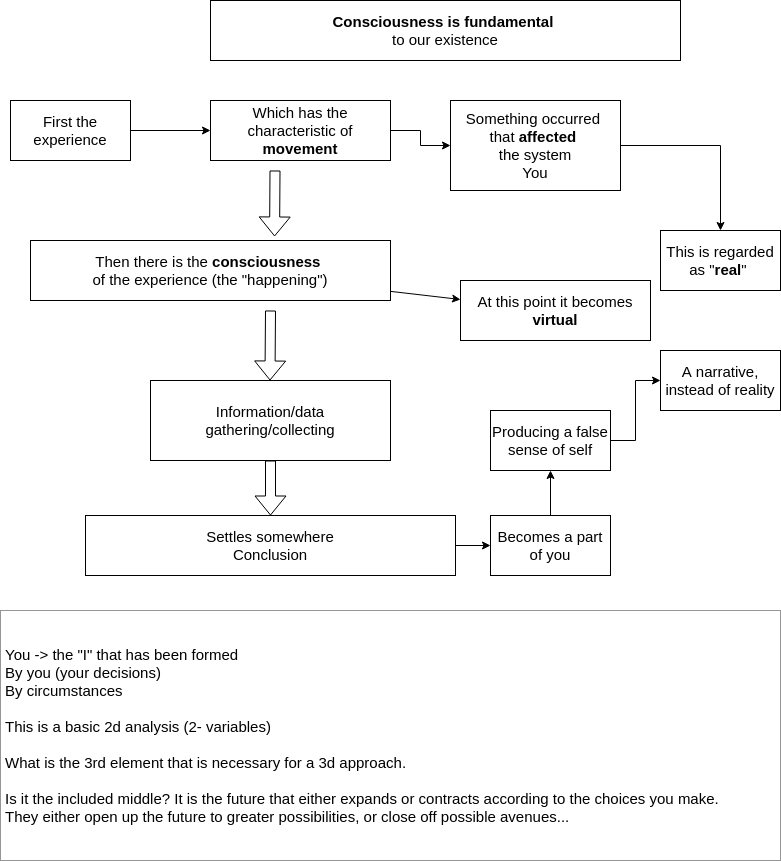
jewelsofthought/neshama keeps this draw.io diagram as site/posts/img/qkab/consciousness.png. Above is the earlier version. Source tidied: cells renumbered, new cells last; positions are measured from the earlier drawing's top-left corner, leaving out a move shared by most shapes.
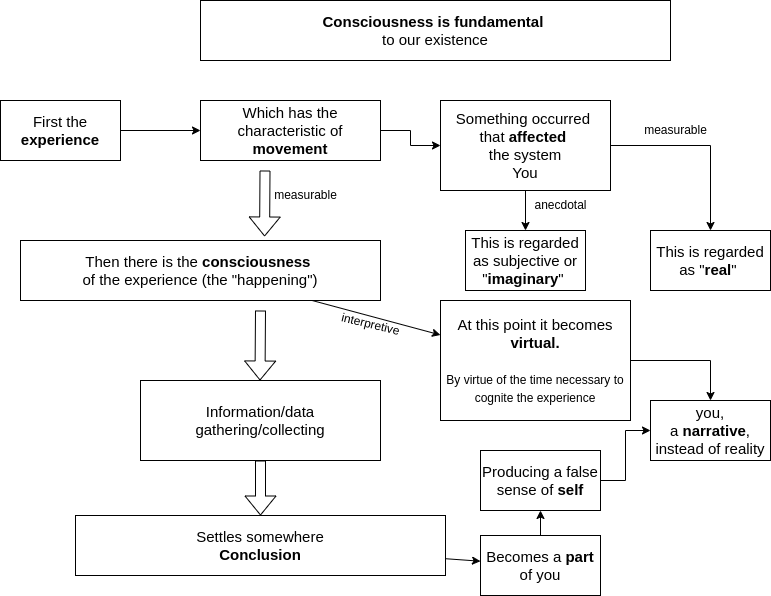
The same diagram one commit later.

Change to the diagram source:
```diff
@@ -8,7 +8,7 @@
     <mxCell id="3" style="edgeStyle=orthogonalEdgeStyle;rounded=0;jettySize=auto;html=1;fontSize=15;" parent="1" edge="1" source="4" target="6">
       <mxGeometry relative="1" as="geometry" />
     </mxCell>
-    <mxCell id="4" value="First the experience" style="rounded=0;whiteSpace=wrap;html=1;fontSize=15;" parent="1" vertex="1">
+    <mxCell id="4" value="First the &lt;b&gt;experience&lt;/b&gt;" style="rounded=0;whiteSpace=wrap;html=1;fontSize=15;" parent="1" vertex="1">
       <mxGeometry x="10" y="100" width="120" height="60" as="geometry" />
     </mxCell>
     <mxCell id="5" style="edgeStyle=orthogonalEdgeStyle;rounded=0;jettySize=auto;html=1;fontSize=15;" parent="1" edge="1" source="6" target="8">
@@ -20,6 +20,9 @@
     <mxCell id="7" style="edgeStyle=orthogonalEdgeStyle;rounded=0;jettySize=auto;html=1;fontSize=15;" parent="1" edge="1" source="8" target="9">
       <mxGeometry relative="1" as="geometry" />
     </mxCell>
+    <mxCell id="25" style="edgeStyle=orthogonalEdgeStyle;rounded=0;jettySize=auto;html=1;" parent="1" edge="1" source="8" target="28">
+      <mxGeometry relative="1" as="geometry" />
+    </mxCell>
     <mxCell id="8" value="Something occurred&amp;nbsp;&lt;br&gt;that &lt;b&gt;affected&lt;/b&gt;&amp;nbsp;&lt;br&gt;the system&lt;br&gt;You" style="whiteSpace=wrap;html=1;rounded=0;fontSize=15;" parent="1" vertex="1">
       <mxGeometry x="450" y="100" width="170" height="90" as="geometry" />
     </mxCell>
@@ -37,8 +40,11 @@
     <mxCell id="12" value="Then there is the &lt;b&gt;consciousness&amp;nbsp;&lt;/b&gt;&lt;br&gt;of the experience (the &quot;happening&quot;)" style="rounded=0;whiteSpace=wrap;html=1;fontSize=15;" parent="1" vertex="1">
       <mxGeometry x="30" y="240" width="360" height="60" as="geometry" />
     </mxCell>
+    <mxCell id="26" style="edgeStyle=orthogonalEdgeStyle;rounded=0;jettySize=auto;html=1;entryX=0.5;entryY=0;entryDx=0;entryDy=0;" parent="1" edge="1" source="13" target="23">
+      <mxGeometry relative="1" as="geometry" />
+    </mxCell>
-    <mxCell id="13" value="At this point it becomes &lt;b&gt;virtual&lt;/b&gt;" style="whiteSpace=wrap;html=1;rounded=0;fontSize=15;" parent="1" vertex="1">
-      <mxGeometry x="460" y="280" width="190" height="60" as="geometry" />
+    <mxCell id="13" value="At this point it becomes &lt;b&gt;virtual.&lt;br&gt;&lt;br&gt;&lt;/b&gt;&lt;span style=&quot;font-size: 12px;&quot;&gt;By virtue of the time necessary to cognite the experience&lt;/span&gt;&lt;b&gt;&lt;br&gt;&lt;/b&gt;" style="whiteSpace=wrap;html=1;rounded=0;fontSize=15;" parent="1" vertex="1">
+      <mxGeometry x="450" y="300" width="190" height="120" as="geometry" />
     </mxCell>
     <mxCell id="14" style="shape=flexArrow;endArrow=classic;html=1;rounded=0;fontSize=15;entryX=0.5;entryY=0;entryDx=0;entryDy=0;" parent="1" edge="1" target="15">
       <mxGeometry relative="1" as="geometry">
@@ -57,26 +63,38 @@
     <mxCell id="17" style="edgeStyle=none;rounded=0;jettySize=auto;html=1;fontSize=15;" parent="1" edge="1" source="18" target="20">
       <mxGeometry relative="1" as="geometry" />
     </mxCell>
-    <mxCell id="18" value="Settles somewhere&lt;br&gt;Conclusion" style="rounded=0;whiteSpace=wrap;html=1;fontSize=15;" parent="1" vertex="1">
+    <mxCell id="18" value="Settles somewhere&lt;br&gt;&lt;b&gt;Conclusion&lt;/b&gt;" style="rounded=0;whiteSpace=wrap;html=1;fontSize=15;" parent="1" vertex="1">
       <mxGeometry x="85" y="515" width="370" height="60" as="geometry" />
     </mxCell>
     <mxCell id="19" style="edgeStyle=none;rounded=0;jettySize=auto;html=1;fontSize=15;" parent="1" edge="1" source="20" target="22">
       <mxGeometry relative="1" as="geometry" />
     </mxCell>
-    <mxCell id="20" value="Becomes a part of you" style="whiteSpace=wrap;html=1;rounded=0;fontSize=15;" parent="1" vertex="1">
-      <mxGeometry x="490" y="515" width="120" height="60" as="geometry" />
+    <mxCell id="20" value="Becomes a &lt;b&gt;part&lt;/b&gt; of you" style="whiteSpace=wrap;html=1;rounded=0;fontSize=15;" parent="1" vertex="1">
+      <mxGeometry x="490" y="535" width="120" height="60" as="geometry" />
     </mxCell>
     <mxCell id="21" style="edgeStyle=orthogonalEdgeStyle;rounded=0;jettySize=auto;html=1;fontSize=15;entryX=0;entryY=0.5;entryDx=0;entryDy=0;" parent="1" edge="1" source="22" target="23">
       <mxGeometry relative="1" as="geometry" />
     </mxCell>
-    <mxCell id="22" value="Producing a false sense of self" style="whiteSpace=wrap;html=1;rounded=0;fontSize=15;" parent="1" vertex="1">
-      <mxGeometry x="490" y="410" width="120" height="60" as="geometry" />
+    <mxCell id="22" value="Producing a false sense of &lt;b&gt;self&lt;/b&gt;" style="whiteSpace=wrap;html=1;rounded=0;fontSize=15;" parent="1" vertex="1">
+      <mxGeometry x="490" y="450" width="120" height="60" as="geometry" />
     </mxCell>
-    <mxCell id="23" value="A narrative,&lt;br&gt;instead of reality" style="whiteSpace=wrap;html=1;rounded=0;fontSize=15;" parent="1" vertex="1">
-      <mxGeometry x="660" y="350" width="120" height="60" as="geometry" />
+    <mxCell id="23" value="you,&lt;br&gt;a &lt;b&gt;narrative&lt;/b&gt;,&lt;br&gt;instead of reality" style="whiteSpace=wrap;html=1;rounded=0;fontSize=15;" parent="1" vertex="1">
+      <mxGeometry x="660" y="400" width="120" height="60" as="geometry" />
     </mxCell>
-    <mxCell id="24" value="You -&amp;gt; the &quot;I&quot; that has been formed&lt;br&gt;By you (your decisions)&lt;br&gt;By circumstances&lt;br&gt;&lt;br&gt;This is a basic 2d analysis (2- variables)&lt;br&gt;&lt;br&gt;What is the 3rd element that is necessary for a 3d approach.&lt;br&gt;&lt;br&gt;Is it the included middle? It is the future that either expands or contracts according to the choices you make.&lt;br&gt;They either open up the future to greater possibilities, or close off possible avenues..." style="rounded=0;whiteSpace=wrap;html=1;strokeColor=#969696;align=left;spacing=5;fontSize=15;" parent="1" vertex="1">
-      <mxGeometry y="610" width="780" height="250" as="geometry" />
-    </mxCell>
+    <mxCell id="27" value="measurable" style="text;html=1;align=center;verticalAlign=middle;strokeColor=none;fillColor=none;" parent="1" vertex="1">
+      <mxGeometry x="270" y="180" width="90" height="30" as="geometry" />
+    </mxCell>
+    <mxCell id="28" value="&lt;span style=&quot;font-size: 15px;&quot;&gt;This is regarded as subjective or &quot;&lt;b&gt;imaginary&lt;/b&gt;&lt;/span&gt;&lt;span style=&quot;font-size: 15px;&quot;&gt;&quot;&amp;nbsp;&lt;/span&gt;" style="rounded=0;whiteSpace=wrap;html=1;" parent="1" vertex="1">
+      <mxGeometry x="475" y="230" width="120" height="60" as="geometry" />
+    </mxCell>
+    <mxCell id="29" value="measurable" style="text;html=1;align=center;verticalAlign=middle;strokeColor=none;fillColor=none;" parent="1" vertex="1">
+      <mxGeometry x="640" y="115" width="90" height="30" as="geometry" />
+    </mxCell>
+    <mxCell id="30" value="anecdotal" style="text;html=1;align=center;verticalAlign=middle;strokeColor=none;fillColor=none;" parent="1" vertex="1">
+      <mxGeometry x="530" y="190" width="80" height="30" as="geometry" />
+    </mxCell>
+    <mxCell id="31" value="interpretive" style="text;html=1;align=center;verticalAlign=middle;strokeColor=none;fillColor=none;rotation=13.5;" parent="1" vertex="1">
+      <mxGeometry x="340" y="309" width="80" height="30" as="geometry" />
+    </mxCell>
   </root>
 </mxGraphModel>
```
